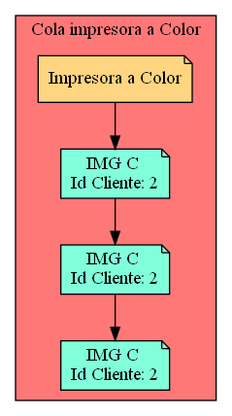
Earlier version of the Graphviz export Cola_Print_color.png (Serch-ING/EDD_UDRAWING_202000119). Its source is kept beside it as Cola_Print_color.dot.
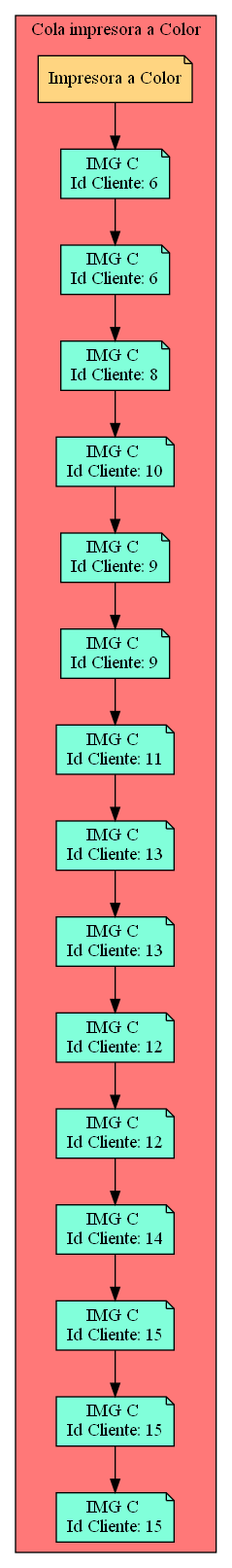
After the commit.

Change to the diagram source:
```diff
@@ -3,15 +3,63 @@
 subgraph cluster_p{
     label= " Cola impresora a Color "
  raiz[label = "Impresora a Color" fillcolor="#FFD581" ]    bgcolor = "#FF7878"
-Nodo24119573[label="IMG C
-Id Cliente: 2",fillcolor="#81FFDA"]
-Nodo568221876[label="IMG C
-Id Cliente: 2",fillcolor="#81FFDA"]
-Nodo203849460[label="IMG C
-Id Cliente: 2",fillcolor="#81FFDA"]
+Nodo1233990028[label="IMG C
+Id Cliente: 6",fillcolor="#81FFDA"]
+Nodo1847008471[label="IMG C
+Id Cliente: 6",fillcolor="#81FFDA"]
+Nodo1932831450[label="IMG C
+Id Cliente: 8",fillcolor="#81FFDA"]
+Nodo1904253191[label="IMG C
+Id Cliente: 10",fillcolor="#81FFDA"]
+Nodo1021436681[label="IMG C
+Id Cliente: 9",fillcolor="#81FFDA"]
+Nodo1790585734[label="IMG C
+Id Cliente: 9",fillcolor="#81FFDA"]
+Nodo842741472[label="IMG C
+Id Cliente: 11",fillcolor="#81FFDA"]
+Nodo112797691[label="IMG C
+Id Cliente: 13",fillcolor="#81FFDA"]
+Nodo1045997582[label="IMG C
+Id Cliente: 13",fillcolor="#81FFDA"]
+Nodo1741979653[label="IMG C
+Id Cliente: 12",fillcolor="#81FFDA"]
+Nodo166794956[label="IMG C
+Id Cliente: 12",fillcolor="#81FFDA"]
+Nodo1364913072[label="IMG C
+Id Cliente: 14",fillcolor="#81FFDA"]
+Nodo1549725679[label="IMG C
+Id Cliente: 15",fillcolor="#81FFDA"]
+Nodo371800738[label="IMG C
+Id Cliente: 15",fillcolor="#81FFDA"]
+Nodo1364767791[label="IMG C
+Id Cliente: 15",fillcolor="#81FFDA"]
 
-raiz->Nodo24119573
-Nodo24119573 -> Nodo568221876
+raiz->Nodo1233990028
+Nodo1233990028 -> Nodo1847008471
 
-Nodo568221876 -> Nodo203849460
+Nodo1847008471 -> Nodo1932831450
+
+Nodo1932831450 -> Nodo1904253191
+
+Nodo1904253191 -> Nodo1021436681
+
+Nodo1021436681 -> Nodo1790585734
+
+Nodo1790585734 -> Nodo842741472
+
+Nodo842741472 -> Nodo112797691
+
+Nodo112797691 -> Nodo1045997582
+
+Nodo1045997582 -> Nodo1741979653
+
+Nodo1741979653 -> Nodo166794956
+
+Nodo166794956 -> Nodo1364913072
+
+Nodo1364913072 -> Nodo1549725679
+
+Nodo1549725679 -> Nodo371800738
+
+Nodo371800738 -> Nodo1364767791
 }}
```
